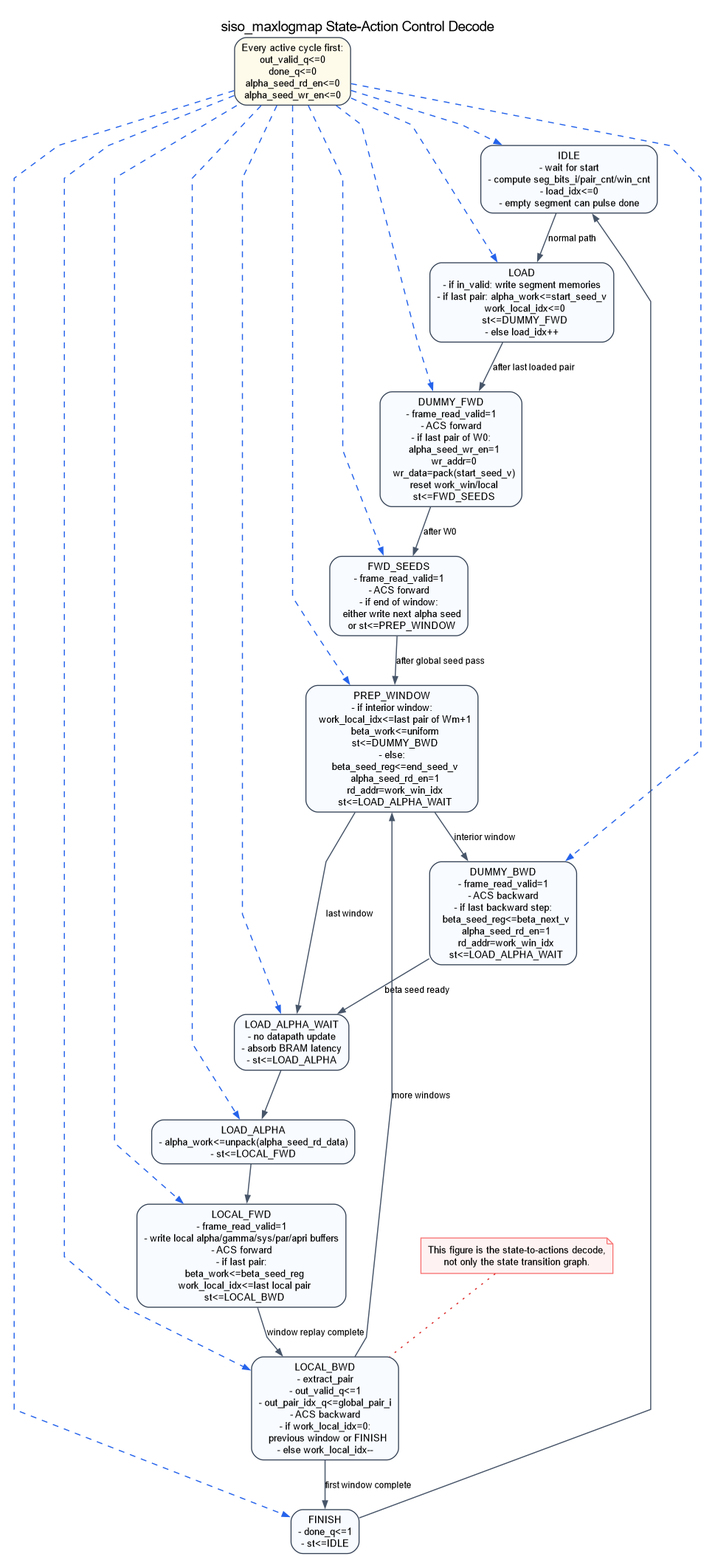
The Graphviz diagram architecture_exports/siso_maxlogmap/internal_control/SISO_MAXLOGMAP_STATE_ACTION_CONTROL.png in HarshithaModekurty/Parallel-Turbo-Decoder-ASIC-for-3GPP-LTE, before a commit. Its source is kept beside it as architecture_exports/siso_maxlogmap/internal_control/SISO_MAXLOGMAP_STATE_ACTION_CONTROL.dot. Its diagram source:
```dot
digraph siso_state_actions {
  graph [
    rankdir=TB,
    splines=polyline,
    nodesep=0.35,
    ranksep=0.55,
    pad=0.2,
    bgcolor="white",
    fontname="Helvetica",
    labelloc="t",
    label="siso_maxlogmap State-Action Control Decode"
  ];

  node [
    shape=box,
    style="rounded,filled",
    fillcolor="white",
    color="#334155",
    fontname="Helvetica",
    fontsize=10,
    margin="0.10,0.06"
  ];

  edge [
    color="#475569",
    arrowsize=0.7,
    penwidth=1.1,
    fontname="Helvetica",
    fontsize=9
  ];

  defaults [label="Every active cycle first:\nout_valid_q<=0\ndone_q<=0\nalpha_seed_rd_en<=0\nalpha_seed_wr_en<=0", fillcolor="#FFFBEB"];

  idle [label="IDLE\n- wait for start\n- compute seg_bits_i/pair_cnt/win_cnt\n- load_idx<=0\n- empty segment can pulse done", fillcolor="#F8FBFF"];
  load [label="LOAD\n- if in_valid: write segment memories\n- if last pair: alpha_work<=start_seed_v\n  work_local_idx<=0\n  st<=DUMMY_FWD\n- else load_idx++", fillcolor="#F8FBFF"];
  dummy_fwd [label="DUMMY_FWD\n- frame_read_valid=1\n- ACS forward\n- if last pair of W0:\n  alpha_seed_wr_en=1\n  wr_addr=0\n  wr_data=pack(start_seed_v)\n  reset work_win/local\n  st<=FWD_SEEDS", fillcolor="#F8FBFF"];
  fwd_seeds [label="FWD_SEEDS\n- frame_read_valid=1\n- ACS forward\n- if end of window:\n  either write next alpha seed\n  or st<=PREP_WINDOW", fillcolor="#F8FBFF"];
  prep [label="PREP_WINDOW\n- if interior window:\n  work_local_idx<=last pair of Wm+1\n  beta_work<=uniform\n  st<=DUMMY_BWD\n- else:\n  beta_seed_reg<=end_seed_v\n  alpha_seed_rd_en=1\n  rd_addr=work_win_idx\n  st<=LOAD_ALPHA_WAIT", fillcolor="#F8FBFF"];
  dummy_bwd [label="DUMMY_BWD\n- frame_read_valid=1\n- ACS backward\n- if last backward step:\n  beta_seed_reg<=beta_next_v\n  alpha_seed_rd_en=1\n  rd_addr=work_win_idx\n  st<=LOAD_ALPHA_WAIT", fillcolor="#F8FBFF"];
  load_wait [label="LOAD_ALPHA_WAIT\n- no datapath update\n- absorb BRAM latency\n- st<=LOAD_ALPHA", fillcolor="#F8FBFF"];
  load_alpha [label="LOAD_ALPHA\n- alpha_work<=unpack(alpha_seed_rd_data)\n- st<=LOCAL_FWD", fillcolor="#F8FBFF"];
  local_fwd [label="LOCAL_FWD\n- frame_read_valid=1\n- write local alpha/gamma/sys/par/apri buffers\n- ACS forward\n- if last pair:\n  beta_work<=beta_seed_reg\n  work_local_idx<=last local pair\n  st<=LOCAL_BWD", fillcolor="#F8FBFF"];
  local_bwd [label="LOCAL_BWD\n- extract_pair\n- out_valid_q<=1\n- out_pair_idx_q<=global_pair_i\n- ACS backward\n- if work_local_idx=0:\n  previous window or FINISH\n- else work_local_idx--", fillcolor="#F8FBFF"];
  finish [label="FINISH\n- done_q<=1\n- st<=IDLE", fillcolor="#F8FBFF"];

  note0 [shape=note, fillcolor="#FEF2F2", color="#F87171", label="This figure is the state-to-actions decode,\nnot only the state transition graph."];

  defaults -> idle [style=dashed, color="#2563EB"];
  defaults -> load [style=dashed, color="#2563EB"];
  defaults -> dummy_fwd [style=dashed, color="#2563EB"];
  defaults -> fwd_seeds [style=dashed, color="#2563EB"];
  defaults -> prep [style=dashed, color="#2563EB"];
  defaults -> dummy_bwd [style=dashed, color="#2563EB"];
  defaults -> load_wait [style=dashed, color="#2563EB"];
  defaults -> load_alpha [style=dashed, color="#2563EB"];
  defaults -> local_fwd [style=dashed, color="#2563EB"];
  defaults -> local_bwd [style=dashed, color="#2563EB"];
  defaults -> finish [style=dashed, color="#2563EB"];

  idle -> load [label="normal path"];
  load -> dummy_fwd [label="after last loaded pair"];
  dummy_fwd -> fwd_seeds [label="after W0"];
  fwd_seeds -> prep [label="after global seed pass"];
  prep -> dummy_bwd [label="interior window"];
  prep -> load_wait [label="last window"];
  dummy_bwd -> load_wait [label="beta seed ready"];
  load_wait -> load_alpha;
  load_alpha -> local_fwd;
  local_fwd -> local_bwd [label="window replay complete"];
  local_bwd -> prep [label="more windows"];
  local_bwd -> finish [label="first window complete"];
  finish -> idle;

  note0 -> local_bwd [style=dotted, arrowhead=none, color="#DC2626"];
}
```
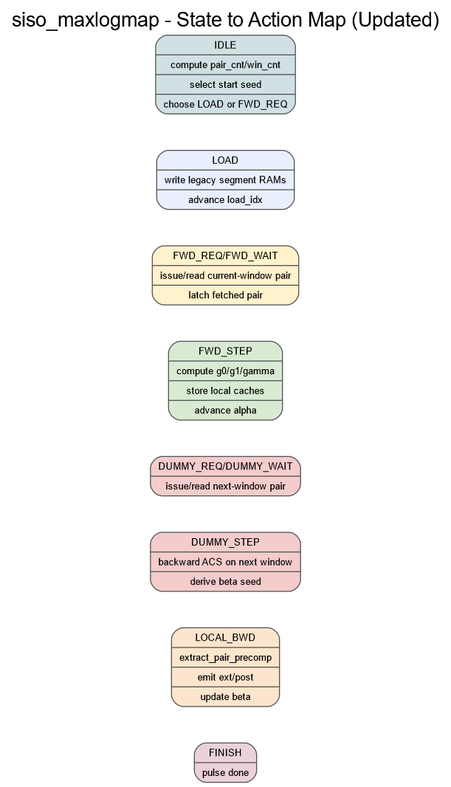
After the change.

The edit, as a diff of the source:
```diff
@@ -1,75 +1,16 @@
-digraph siso_state_actions {
-  graph [
-    rankdir=TB,
-    splines=polyline,
-    nodesep=0.35,
-    ranksep=0.55,
-    pad=0.2,
-    bgcolor="white",
-    fontname="Helvetica",
-    labelloc="t",
-    label="siso_maxlogmap State-Action Control Decode"
-  ];
+digraph G {
+  rankdir=TB;
+  graph [labelloc=t, fontsize=20, fontname="Helvetica", label="siso_maxlogmap - State to Action Map (Updated)"];
+  node [shape=record, style="rounded,filled", fontname="Helvetica", fontsize=10, fillcolor="#f8f6ef", color="#555555"];
 
-  node [
-    shape=box,
-    style="rounded,filled",
-    fillcolor="white",
-    color="#334155",
-    fontname="Helvetica",
-    fontsize=10,
-    margin="0.10,0.06"
-  ];
+  s0 [label="{IDLE|compute pair_cnt/win_cnt|select start seed|choose LOAD or FWD_REQ}", fillcolor="#d0e0e3"];
+  s1 [label="{LOAD|write legacy segment RAMs|advance load_idx}", fillcolor="#e8f0fe"];
+  s2 [label="{FWD_REQ/FWD_WAIT|issue/read current-window pair|latch fetched pair}", fillcolor="#fff2cc"];
+  s3 [label="{FWD_STEP|compute g0/g1/gamma|store local caches|advance alpha}", fillcolor="#d9ead3"];
+  s4 [label="{DUMMY_REQ/DUMMY_WAIT|issue/read next-window pair}", fillcolor="#f4cccc"];
+  s5 [label="{DUMMY_STEP|backward ACS on next window|derive beta seed}", fillcolor="#f4cccc"];
+  s6 [label="{LOCAL_BWD|extract_pair_precomp|emit ext/post|update beta}", fillcolor="#fce5cd"];
+  s7 [label="{FINISH|pulse done}", fillcolor="#ead1dc"];
 
-  edge [
-    color="#475569",
-    arrowsize=0.7,
-    penwidth=1.1,
-    fontname="Helvetica",
-    fontsize=9
-  ];
-
-  defaults [label="Every active cycle first:\nout_valid_q<=0\ndone_q<=0\nalpha_seed_rd_en<=0\nalpha_seed_wr_en<=0", fillcolor="#FFFBEB"];
-
-  idle [label="IDLE\n- wait for start\n- compute seg_bits_i/pair_cnt/win_cnt\n- load_idx<=0\n- empty segment can pulse done", fillcolor="#F8FBFF"];
-  load [label="LOAD\n- if in_valid: write segment memories\n- if last pair: alpha_work<=start_seed_v\n  work_local_idx<=0\n  st<=DUMMY_FWD\n- else load_idx++", fillcolor="#F8FBFF"];
-  dummy_fwd [label="DUMMY_FWD\n- frame_read_valid=1\n- ACS forward\n- if last pair of W0:\n  alpha_seed_wr_en=1\n  wr_addr=0\n  wr_data=pack(start_seed_v)\n  reset work_win/local\n  st<=FWD_SEEDS", fillcolor="#F8FBFF"];
-  fwd_seeds [label="FWD_SEEDS\n- frame_read_valid=1\n- ACS forward\n- if end of window:\n  either write next alpha seed\n  or st<=PREP_WINDOW", fillcolor="#F8FBFF"];
-  prep [label="PREP_WINDOW\n- if interior window:\n  work_local_idx<=last pair of Wm+1\n  beta_work<=uniform\n  st<=DUMMY_BWD\n- else:\n  beta_seed_reg<=end_seed_v\n  alpha_seed_rd_en=1\n  rd_addr=work_win_idx\n  st<=LOAD_ALPHA_WAIT", fillcolor="#F8FBFF"];
-  dummy_bwd [label="DUMMY_BWD\n- frame_read_valid=1\n- ACS backward\n- if last backward step:\n  beta_seed_reg<=beta_next_v\n  alpha_seed_rd_en=1\n  rd_addr=work_win_idx\n  st<=LOAD_ALPHA_WAIT", fillcolor="#F8FBFF"];
-  load_wait [label="LOAD_ALPHA_WAIT\n- no datapath update\n- absorb BRAM latency\n- st<=LOAD_ALPHA", fillcolor="#F8FBFF"];
-  load_alpha [label="LOAD_ALPHA\n- alpha_work<=unpack(alpha_seed_rd_data)\n- st<=LOCAL_FWD", fillcolor="#F8FBFF"];
-  local_fwd [label="LOCAL_FWD\n- frame_read_valid=1\n- write local alpha/gamma/sys/par/apri buffers\n- ACS forward\n- if last pair:\n  beta_work<=beta_seed_reg\n  work_local_idx<=last local pair\n  st<=LOCAL_BWD", fillcolor="#F8FBFF"];
-  local_bwd [label="LOCAL_BWD\n- extract_pair\n- out_valid_q<=1\n- out_pair_idx_q<=global_pair_i\n- ACS backward\n- if work_local_idx=0:\n  previous window or FINISH\n- else work_local_idx--", fillcolor="#F8FBFF"];
-  finish [label="FINISH\n- done_q<=1\n- st<=IDLE", fillcolor="#F8FBFF"];
-
-  note0 [shape=note, fillcolor="#FEF2F2", color="#F87171", label="This figure is the state-to-actions decode,\nnot only the state transition graph."];
-
-  defaults -> idle [style=dashed, color="#2563EB"];
-  defaults -> load [style=dashed, color="#2563EB"];
-  defaults -> dummy_fwd [style=dashed, color="#2563EB"];
-  defaults -> fwd_seeds [style=dashed, color="#2563EB"];
-  defaults -> prep [style=dashed, color="#2563EB"];
-  defaults -> dummy_bwd [style=dashed, color="#2563EB"];
-  defaults -> load_wait [style=dashed, color="#2563EB"];
-  defaults -> load_alpha [style=dashed, color="#2563EB"];
-  defaults -> local_fwd [style=dashed, color="#2563EB"];
-  defaults -> local_bwd [style=dashed, color="#2563EB"];
-  defaults -> finish [style=dashed, color="#2563EB"];
-
-  idle -> load [label="normal path"];
-  load -> dummy_fwd [label="after last loaded pair"];
-  dummy_fwd -> fwd_seeds [label="after W0"];
-  fwd_seeds -> prep [label="after global seed pass"];
-  prep -> dummy_bwd [label="interior window"];
-  prep -> load_wait [label="last window"];
-  dummy_bwd -> load_wait [label="beta seed ready"];
-  load_wait -> load_alpha;
-  load_alpha -> local_fwd;
-  local_fwd -> local_bwd [label="window replay complete"];
-  local_bwd -> prep [label="more windows"];
-  local_bwd -> finish [label="first window complete"];
-  finish -> idle;
-
-  note0 -> local_bwd [style=dotted, arrowhead=none, color="#DC2626"];
+  s0 -> s1 -> s2 -> s3 -> s4 -> s5 -> s6 -> s7 [style=invis];
 }
```
